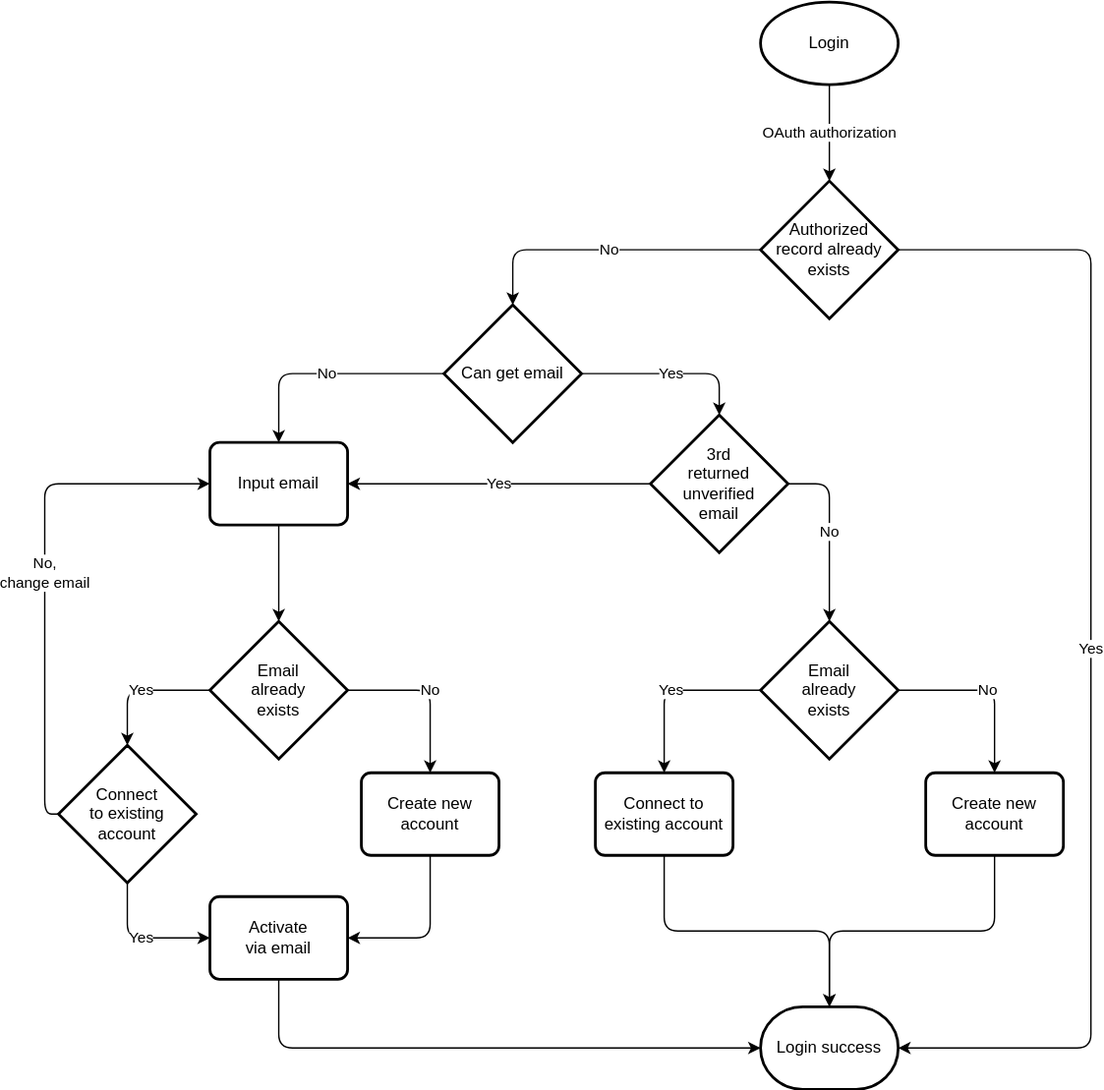
Octobug/answer-website keeps this draw.io diagram as zh-CN/img/docs/users-oauth.drawio.svg. Above is the earlier version. Source tidied: cells renumbered, new cells last; positions are measured from the earlier drawing's top-left corner, leaving out a move shared by most shapes.
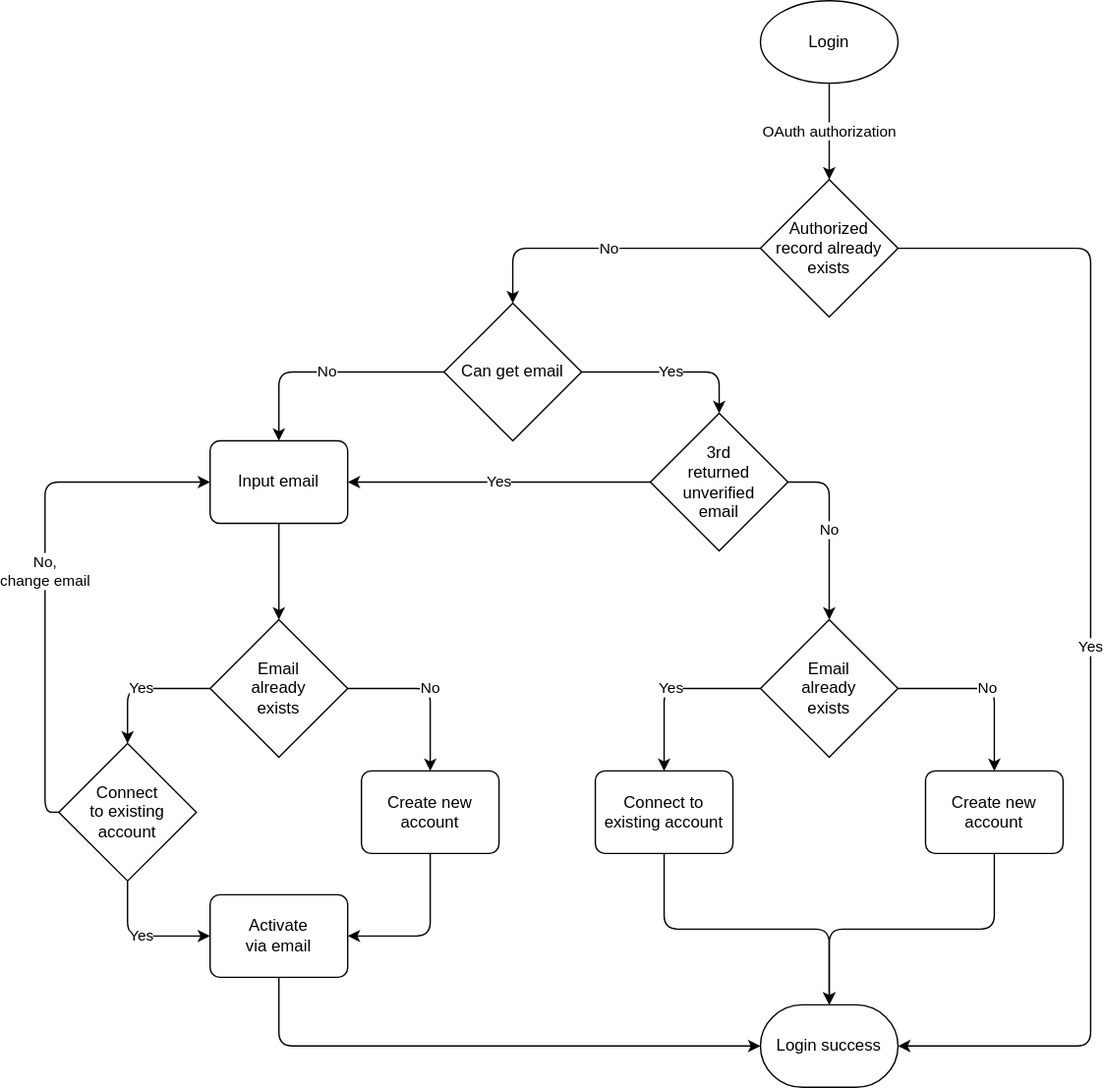
The same diagram one commit later.

Change to the diagram source:
```diff
@@ -16,7 +16,7 @@
         </Array>
       </mxGeometry>
     </mxCell>
-    <mxCell id="5" value="Authorized&lt;br&gt;record already exists" style="strokeWidth=2;html=1;shape=mxgraph.flowchart.decision;whiteSpace=wrap;" parent="1" vertex="1">
+    <mxCell id="5" value="Authorized&lt;br&gt;record already exists" style="strokeWidth=1;html=1;shape=mxgraph.flowchart.decision;whiteSpace=wrap;" parent="1" vertex="1">
       <mxGeometry x="510" y="130" width="100" height="100" as="geometry" />
     </mxCell>
     <mxCell id="6" value="Yes" style="edgeStyle=orthogonalEdgeStyle;html=1;entryX=0.5;entryY=0;entryDx=0;entryDy=0;entryPerimeter=0;" parent="1" edge="1" source="8" target="12">
@@ -25,10 +25,10 @@
     <mxCell id="7" value="No" style="edgeStyle=orthogonalEdgeStyle;html=1;entryX=0.5;entryY=0;entryDx=0;entryDy=0;" parent="1" edge="1" source="8" target="14">
       <mxGeometry relative="1" as="geometry" />
     </mxCell>
-    <mxCell id="8" value="Can get email" style="strokeWidth=2;html=1;shape=mxgraph.flowchart.decision;whiteSpace=wrap;" parent="1" vertex="1">
+    <mxCell id="8" value="Can get email" style="strokeWidth=1;html=1;shape=mxgraph.flowchart.decision;whiteSpace=wrap;" parent="1" vertex="1">
       <mxGeometry x="280" y="220" width="100" height="100" as="geometry" />
     </mxCell>
-    <mxCell id="9" value="Login success" style="strokeWidth=2;html=1;shape=mxgraph.flowchart.terminator;whiteSpace=wrap;" parent="1" vertex="1">
+    <mxCell id="9" value="Login success" style="strokeWidth=1;html=1;shape=mxgraph.flowchart.terminator;whiteSpace=wrap;" parent="1" vertex="1">
       <mxGeometry x="510" y="730" width="100" height="60" as="geometry" />
     </mxCell>
     <mxCell id="10" value="Yes" style="edgeStyle=orthogonalEdgeStyle;html=1;entryX=1;entryY=0.5;entryDx=0;entryDy=0;" parent="1" edge="1" source="12" target="14">
@@ -37,13 +37,13 @@
     <mxCell id="11" value="No" style="edgeStyle=orthogonalEdgeStyle;html=1;entryX=0.5;entryY=0;entryDx=0;entryDy=0;entryPerimeter=0;exitX=1;exitY=0.5;exitDx=0;exitDy=0;exitPerimeter=0;" parent="1" edge="1" source="12" target="17">
       <mxGeometry relative="1" as="geometry" />
     </mxCell>
-    <mxCell id="12" value="3rd &lt;br&gt;returned unverified&lt;br&gt;email" style="strokeWidth=2;html=1;shape=mxgraph.flowchart.decision;whiteSpace=wrap;" parent="1" vertex="1">
+    <mxCell id="12" value="3rd &lt;br&gt;returned unverified&lt;br&gt;email" style="strokeWidth=1;html=1;shape=mxgraph.flowchart.decision;whiteSpace=wrap;" parent="1" vertex="1">
       <mxGeometry x="430" y="300" width="100" height="100" as="geometry" />
     </mxCell>
     <mxCell id="13" style="edgeStyle=orthogonalEdgeStyle;html=1;entryX=0.5;entryY=0;entryDx=0;entryDy=0;entryPerimeter=0;" parent="1" edge="1" source="14" target="24">
       <mxGeometry relative="1" as="geometry" />
     </mxCell>
-    <mxCell id="14" value="Input email" style="rounded=1;whiteSpace=wrap;html=1;absoluteArcSize=1;arcSize=14;strokeWidth=2;" parent="1" vertex="1">
+    <mxCell id="14" value="Input email" style="rounded=1;whiteSpace=wrap;html=1;absoluteArcSize=1;arcSize=14;strokeWidth=1;" parent="1" vertex="1">
       <mxGeometry x="110" y="320" width="100" height="60" as="geometry" />
     </mxCell>
     <mxCell id="15" value="No" style="edgeStyle=orthogonalEdgeStyle;html=1;entryX=0.5;entryY=0;entryDx=0;entryDy=0;" parent="1" edge="1" source="17" target="19">
@@ -52,19 +52,19 @@
     <mxCell id="16" value="Yes" style="edgeStyle=orthogonalEdgeStyle;html=1;entryX=0.5;entryY=0;entryDx=0;entryDy=0;" parent="1" edge="1" source="17" target="21">
       <mxGeometry relative="1" as="geometry" />
     </mxCell>
-    <mxCell id="17" value="Email&lt;br&gt;already&lt;br&gt;exists" style="strokeWidth=2;html=1;shape=mxgraph.flowchart.decision;whiteSpace=wrap;" parent="1" vertex="1">
+    <mxCell id="17" value="Email&lt;br&gt;already&lt;br&gt;exists" style="strokeWidth=1;html=1;shape=mxgraph.flowchart.decision;whiteSpace=wrap;" parent="1" vertex="1">
       <mxGeometry x="510" y="450" width="100" height="100" as="geometry" />
     </mxCell>
     <mxCell id="18" style="edgeStyle=orthogonalEdgeStyle;html=1;entryX=0.5;entryY=0;entryDx=0;entryDy=0;entryPerimeter=0;exitX=0.5;exitY=1;exitDx=0;exitDy=0;" parent="1" edge="1" source="19" target="9">
       <mxGeometry relative="1" as="geometry" />
     </mxCell>
-    <mxCell id="19" value="Create new account" style="rounded=1;whiteSpace=wrap;html=1;absoluteArcSize=1;arcSize=14;strokeWidth=2;" parent="1" vertex="1">
+    <mxCell id="19" value="Create new account" style="rounded=1;whiteSpace=wrap;html=1;absoluteArcSize=1;arcSize=14;strokeWidth=1;" parent="1" vertex="1">
       <mxGeometry x="630" y="560" width="100" height="60" as="geometry" />
     </mxCell>
     <mxCell id="20" style="edgeStyle=orthogonalEdgeStyle;html=1;entryX=0.5;entryY=0;entryDx=0;entryDy=0;entryPerimeter=0;exitX=0.5;exitY=1;exitDx=0;exitDy=0;" parent="1" edge="1" source="21" target="9">
       <mxGeometry relative="1" as="geometry" />
     </mxCell>
-    <mxCell id="21" value="Connect to existing account" style="rounded=1;whiteSpace=wrap;html=1;absoluteArcSize=1;arcSize=14;strokeWidth=2;" parent="1" vertex="1">
+    <mxCell id="21" value="Connect to existing account" style="rounded=1;whiteSpace=wrap;html=1;absoluteArcSize=1;arcSize=14;strokeWidth=1;" parent="1" vertex="1">
       <mxGeometry x="390" y="560" width="100" height="60" as="geometry" />
     </mxCell>
     <mxCell id="22" value="Yes" style="edgeStyle=orthogonalEdgeStyle;html=1;entryX=0.5;entryY=0;entryDx=0;entryDy=0;entryPerimeter=0;" parent="1" edge="1" source="24" target="31">
@@ -73,19 +73,19 @@
     <mxCell id="23" value="No" style="edgeStyle=orthogonalEdgeStyle;html=1;entryX=0.5;entryY=0;entryDx=0;entryDy=0;exitX=1;exitY=0.5;exitDx=0;exitDy=0;exitPerimeter=0;" parent="1" edge="1" source="24" target="28">
       <mxGeometry relative="1" as="geometry" />
     </mxCell>
-    <mxCell id="24" value="Email&lt;br&gt;already&lt;br&gt;exists" style="strokeWidth=2;html=1;shape=mxgraph.flowchart.decision;whiteSpace=wrap;" parent="1" vertex="1">
+    <mxCell id="24" value="Email&lt;br&gt;already&lt;br&gt;exists" style="strokeWidth=1;html=1;shape=mxgraph.flowchart.decision;whiteSpace=wrap;" parent="1" vertex="1">
       <mxGeometry x="110" y="450" width="100" height="100" as="geometry" />
     </mxCell>
     <mxCell id="25" style="edgeStyle=orthogonalEdgeStyle;html=1;entryX=0;entryY=0.5;entryDx=0;entryDy=0;entryPerimeter=0;exitX=0.5;exitY=1;exitDx=0;exitDy=0;" parent="1" edge="1" source="26" target="9">
       <mxGeometry relative="1" as="geometry" />
     </mxCell>
-    <mxCell id="26" value="Activate&lt;br&gt;via email" style="rounded=1;whiteSpace=wrap;html=1;absoluteArcSize=1;arcSize=14;strokeWidth=2;" parent="1" vertex="1">
+    <mxCell id="26" value="Activate&lt;br&gt;via email" style="rounded=1;whiteSpace=wrap;html=1;absoluteArcSize=1;arcSize=14;strokeWidth=1;" parent="1" vertex="1">
       <mxGeometry x="110" y="650" width="100" height="60" as="geometry" />
     </mxCell>
     <mxCell id="27" style="edgeStyle=orthogonalEdgeStyle;html=1;entryX=1;entryY=0.5;entryDx=0;entryDy=0;exitX=0.5;exitY=1;exitDx=0;exitDy=0;" parent="1" edge="1" source="28" target="26">
       <mxGeometry relative="1" as="geometry" />
     </mxCell>
-    <mxCell id="28" value="Create new account" style="rounded=1;whiteSpace=wrap;html=1;absoluteArcSize=1;arcSize=14;strokeWidth=2;" parent="1" vertex="1">
+    <mxCell id="28" value="Create new account" style="rounded=1;whiteSpace=wrap;html=1;absoluteArcSize=1;arcSize=14;strokeWidth=1;" parent="1" vertex="1">
       <mxGeometry x="220" y="560" width="100" height="60" as="geometry" />
     </mxCell>
     <mxCell id="29" value="Yes" style="edgeStyle=orthogonalEdgeStyle;html=1;entryX=0;entryY=0.5;entryDx=0;entryDy=0;exitX=0.5;exitY=1;exitDx=0;exitDy=0;exitPerimeter=0;" parent="1" edge="1" source="31" target="26">
@@ -94,10 +94,10 @@
     <mxCell id="30" value="No,&lt;br&gt;change email" style="edgeStyle=orthogonalEdgeStyle;html=1;entryX=0;entryY=0.5;entryDx=0;entryDy=0;exitX=0;exitY=0.5;exitDx=0;exitDy=0;exitPerimeter=0;" parent="1" edge="1" source="31" target="14">
       <mxGeometry relative="1" as="geometry" />
     </mxCell>
-    <mxCell id="31" value="Connect&lt;br&gt;to existing&lt;br&gt;account" style="strokeWidth=2;html=1;shape=mxgraph.flowchart.decision;whiteSpace=wrap;" parent="1" vertex="1">
+    <mxCell id="31" value="Connect&lt;br&gt;to existing&lt;br&gt;account" style="strokeWidth=1;html=1;shape=mxgraph.flowchart.decision;whiteSpace=wrap;" parent="1" vertex="1">
       <mxGeometry y="540" width="100" height="100" as="geometry" />
     </mxCell>
-    <mxCell id="32" value="Login" style="strokeWidth=2;html=1;shape=mxgraph.flowchart.start_1;whiteSpace=wrap;" parent="1" vertex="1">
+    <mxCell id="32" value="Login" style="strokeWidth=1;html=1;shape=mxgraph.flowchart.start_1;whiteSpace=wrap;" parent="1" vertex="1">
       <mxGeometry x="510" width="100" height="60" as="geometry" />
     </mxCell>
   </root>
```
